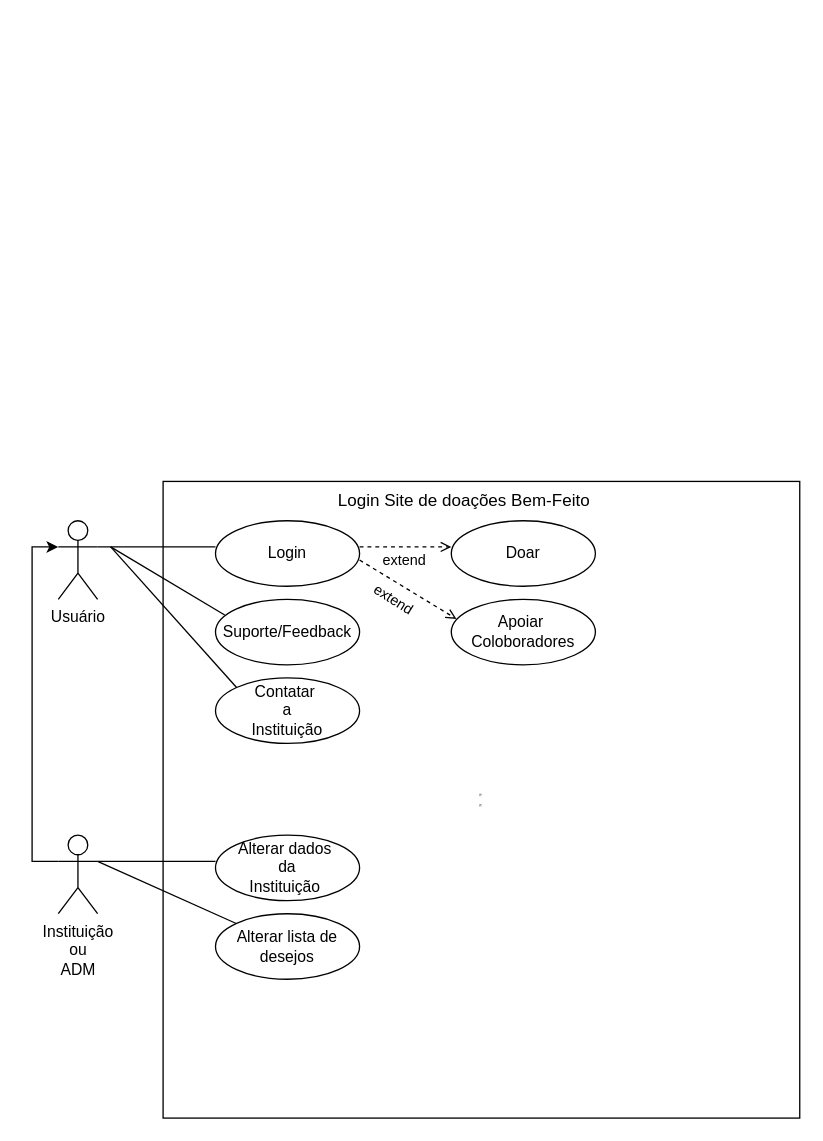
This is casoDeUsoBemFeito.drawio from Jonathasin/Podre, a draw.io file, before an edit. Source tidied: cells renumbered, new cells numbered last; positions are measured from the earlier drawing's top-left corner, leaving out a move shared by most shapes. Both pictures are drawn from the tidied source at 131%, with x=0, y=0 at pixel (58, 470).
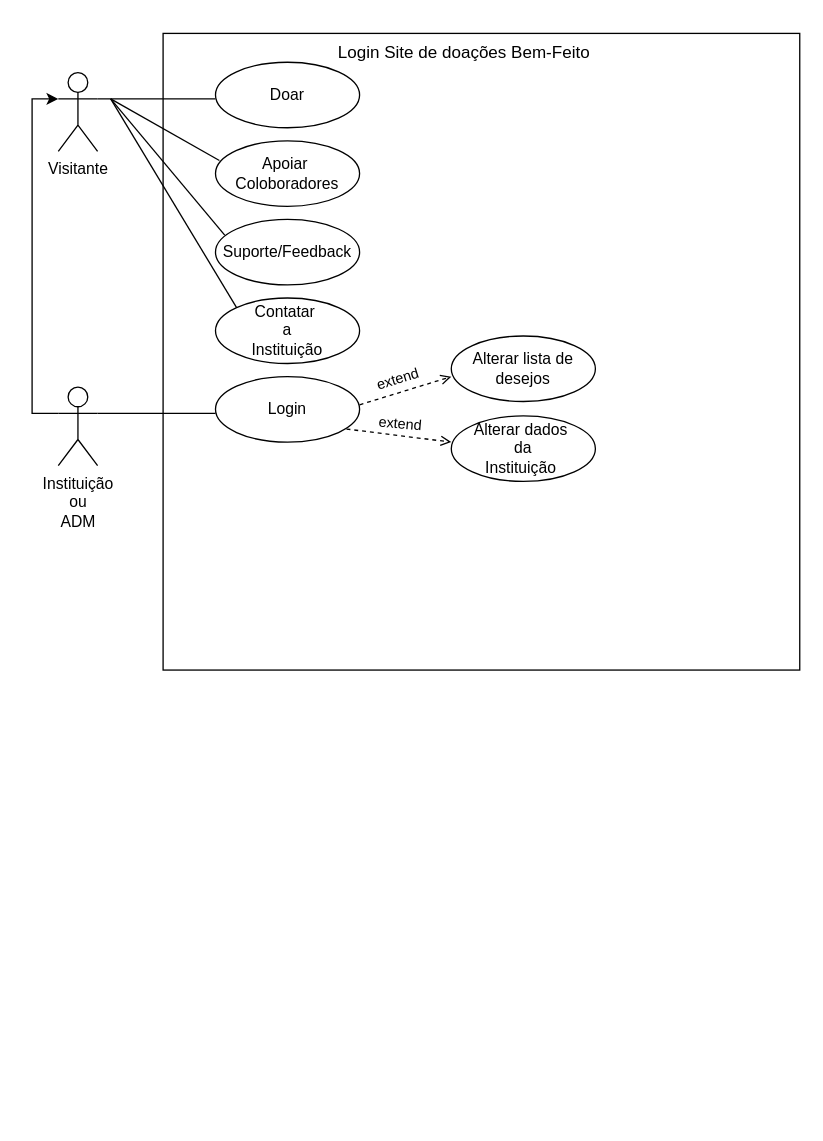
After the change.

Change to the diagram source:
```diff
@@
-    <mxCell id="2" value="Usuário" style="shape=umlActor;verticalLabelPosition=bottom;verticalAlign=top;html=1;outlineConnect=0;" parent="1" vertex="1">
-      <mxGeometry y="38" width="30" height="60" as="geometry" />
+    <mxCell id="2" value="Visitante" style="shape=umlActor;verticalLabelPosition=bottom;verticalAlign=top;html=1;outlineConnect=0;" parent="1" vertex="1">
+      <mxGeometry y="-304" width="30" height="60" as="geometry" />
     </mxCell>
     <mxCell id="3" value="&lt;hr&gt;&lt;hr&gt;" style="whiteSpace=wrap;html=1;" parent="1" vertex="1">
-      <mxGeometry x="80" y="8" width="486" height="486" as="geometry" />
+      <mxGeometry x="80" y="-334" width="486" height="486" as="geometry" />
     </mxCell>
     <mxCell id="4" value="Instituição&lt;br&gt;ou&lt;br&gt;&lt;div&gt;ADM&lt;/div&gt;" style="shape=umlActor;verticalLabelPosition=bottom;verticalAlign=top;html=1;outlineConnect=0;" parent="1" vertex="1">
-      <mxGeometry y="278" width="30" height="60" as="geometry" />
+      <mxGeometry y="-64" width="30" height="60" as="geometry" />
     </mxCell>
     <mxCell id="5" value="Login" style="ellipse;whiteSpace=wrap;html=1;" parent="1" vertex="1">
-      <mxGeometry x="120" y="38" width="110" height="50" as="geometry" />
+      <mxGeometry x="120" y="-72" width="110" height="50" as="geometry" />
     </mxCell>
     <mxCell id="6" value="&lt;font style=&quot;font-size: 13px;&quot;&gt;Login Site de doações Bem-Feito&lt;/font&gt;" style="text;html=1;strokeColor=none;fillColor=none;align=center;verticalAlign=middle;whiteSpace=wrap;overflow=hidden;" parent="1" vertex="1">
-      <mxGeometry x="190" width="240" height="44" as="geometry" />
+      <mxGeometry x="190" y="-342" width="240" height="44" as="geometry" />
     </mxCell>
@@
     <mxCell id="8" style="edgeStyle=none;orthogonalLoop=1;jettySize=auto;html=1;rounded=0;endArrow=none;startFill=0;" parent="1" edge="1">
       <mxGeometry relative="1" as="geometry">
-        <mxPoint x="30" y="58" as="sourcePoint" />
-        <mxPoint x="120" y="58" as="targetPoint" />
+        <mxPoint x="30" y="-284" as="sourcePoint" />
+        <mxPoint x="120" y="-284" as="targetPoint" />
         <Array as="points">
-          <mxPoint x="80" y="58" />
+          <mxPoint x="80" y="-284" />
         </Array>
       </mxGeometry>
     </mxCell>
     <mxCell id="9" value="&lt;font&gt;Apoiar&amp;nbsp;&lt;/font&gt;&lt;div&gt;&lt;font&gt;Coloboradores&lt;/font&gt;&lt;/div&gt;" style="ellipse;whiteSpace=wrap;html=1;" parent="1" vertex="1">
-      <mxGeometry x="300" y="98" width="110" height="50" as="geometry" />
+      <mxGeometry x="120" y="-252" width="110" height="50" as="geometry" />
     </mxCell>
     <mxCell id="10" value="Alterar dados&amp;nbsp;&lt;div&gt;da&lt;/div&gt;&lt;div&gt;Instituição&amp;nbsp;&lt;/div&gt;" style="ellipse;whiteSpace=wrap;html=1;" parent="1" vertex="1">
-      <mxGeometry x="120" y="278" width="110" height="50" as="geometry" />
+      <mxGeometry x="300" y="-42" width="110" height="50" as="geometry" />
     </mxCell>
     <mxCell id="11" style="edgeStyle=none;orthogonalLoop=1;jettySize=auto;html=1;rounded=0;endArrow=none;startFill=0;" parent="1" edge="1">
       <mxGeometry relative="1" as="geometry">
-        <mxPoint x="30" y="298" as="sourcePoint" />
-        <mxPoint x="120" y="298" as="targetPoint" />
+        <mxPoint x="30" y="-44" as="sourcePoint" />
+        <mxPoint x="120" y="-44" as="targetPoint" />
         <Array as="points">
-          <mxPoint x="80" y="298" />
+          <mxPoint x="80" y="-44" />
         </Array>
       </mxGeometry>
     </mxCell>
-    <mxCell id="12" style="jettySize=auto;html=1;rounded=0;endArrow=open;startFill=0;dashed=1;endFill=0;entryX=0.036;entryY=0.3;entryDx=0;entryDy=0;entryPerimeter=0;" parent="1" edge="1" target="9">
+    <mxCell id="12" style="orthogonalLoop=1;jettySize=auto;html=1;rounded=0;endArrow=open;startFill=0;dashed=1;endFill=0;" parent="1" edge="1">
       <mxGeometry relative="1" as="geometry">
-        <mxPoint x="230" y="68" as="sourcePoint" />
+        <mxPoint x="230" y="-50.5" as="sourcePoint" />
+        <mxPoint x="300" y="-72" as="targetPoint" />
       </mxGeometry>
     </mxCell>
-    <mxCell id="13" value="extend" style="text;html=1;align=center;verticalAlign=middle;strokeColor=none;fillColor=none;rotation=32;fontSize=11;" parent="1" vertex="1">
-      <mxGeometry x="226" y="83" width="60" height="30" as="geometry" />
+    <mxCell id="13" value="extend" style="text;html=1;align=center;verticalAlign=middle;strokeColor=none;fillColor=none;rotation=5;fontSize=11;" parent="1" vertex="1">
+      <mxGeometry x="231" y="-51" width="60" height="30" as="geometry" />
     </mxCell>
     <mxCell id="14" value="Alterar lista de&lt;div&gt;desejos&lt;/div&gt;" style="ellipse;whiteSpace=wrap;html=1;" parent="1" vertex="1">
-      <mxGeometry x="120" y="338" width="110" height="50" as="geometry" />
+      <mxGeometry x="300" y="-103" width="110" height="50" as="geometry" />
     </mxCell>
-    <mxCell id="15" style="jettySize=auto;html=1;rounded=0;endArrow=none;startFill=0;" parent="1" edge="1" target="14">
-      <mxGeometry relative="1" as="geometry">
-        <mxPoint x="30" y="298" as="sourcePoint" />
-      </mxGeometry>
-    </mxCell>
     <mxCell id="16" value="Suporte/Feedback" style="ellipse;whiteSpace=wrap;html=1;" parent="1" vertex="1">
-      <mxGeometry x="120" y="98" width="110" height="50" as="geometry" />
+      <mxGeometry x="120" y="-192" width="110" height="50" as="geometry" />
     </mxCell>
     <mxCell id="17" style="jettySize=auto;html=1;rounded=0;endArrow=none;startFill=0;entryX=0.064;entryY=0.24;entryDx=0;entryDy=0;entryPerimeter=0;" parent="1" edge="1" target="16">
       <mxGeometry relative="1" as="geometry">
-        <mxPoint x="40" y="58" as="sourcePoint" />
+        <mxPoint x="40" y="-284" as="sourcePoint" />
       </mxGeometry>
     </mxCell>
     <mxCell id="18" value="Contatar&amp;nbsp;&lt;div&gt;a&lt;/div&gt;&lt;div&gt;Instituição&lt;/div&gt;" style="ellipse;whiteSpace=wrap;html=1;" parent="1" vertex="1">
-      <mxGeometry x="120" y="158" width="110" height="50" as="geometry" />
+      <mxGeometry x="120" y="-132" width="110" height="50" as="geometry" />
     </mxCell>
     <mxCell id="19" style="jettySize=auto;html=1;rounded=0;endArrow=none;startFill=0;entryX=0;entryY=0;entryDx=0;entryDy=0;" parent="1" edge="1" target="18">
       <mxGeometry relative="1" as="geometry">
-        <mxPoint x="40" y="58" as="sourcePoint" />
+        <mxPoint x="40" y="-284" as="sourcePoint" />
       </mxGeometry>
     </mxCell>
     <mxCell id="20" value="Doar" style="ellipse;whiteSpace=wrap;html=1;" parent="1" vertex="1">
-      <mxGeometry x="300" y="38" width="110" height="50" as="geometry" />
+      <mxGeometry x="120" y="-312" width="110" height="50" as="geometry" />
     </mxCell>
     <mxCell id="21" style="orthogonalLoop=1;jettySize=auto;html=1;rounded=0;endArrow=open;startFill=0;dashed=1;endFill=0;" parent="1" edge="1">
       <mxGeometry relative="1" as="geometry">
-        <mxPoint x="230" y="58" as="sourcePoint" />
-        <mxPoint x="300" y="58" as="targetPoint" />
+        <mxPoint x="220" y="-32" as="sourcePoint" />
+        <mxPoint x="300" y="-22" as="targetPoint" />
       </mxGeometry>
     </mxCell>
-    <mxCell id="22" value="extend" style="text;html=1;align=center;verticalAlign=middle;strokeColor=none;fillColor=none;fontSize=11;" parent="1" vertex="1">
-      <mxGeometry x="234" y="53" width="60" height="30" as="geometry" />
+    <mxCell id="22" value="extend" style="text;html=1;align=center;verticalAlign=middle;strokeColor=none;fillColor=none;fontSize=11;rotation=343;" parent="1" vertex="1">
+      <mxGeometry x="229" y="-85" width="60" height="30" as="geometry" />
     </mxCell>
+    <mxCell id="23" style="jettySize=auto;html=1;rounded=0;endArrow=none;startFill=0;entryX=0.027;entryY=0.3;entryDx=0;entryDy=0;entryPerimeter=0;" parent="1" edge="1" target="9">
+      <mxGeometry relative="1" as="geometry">
+        <mxPoint x="40" y="-284" as="sourcePoint" />
+      </mxGeometry>
+    </mxCell>
```
